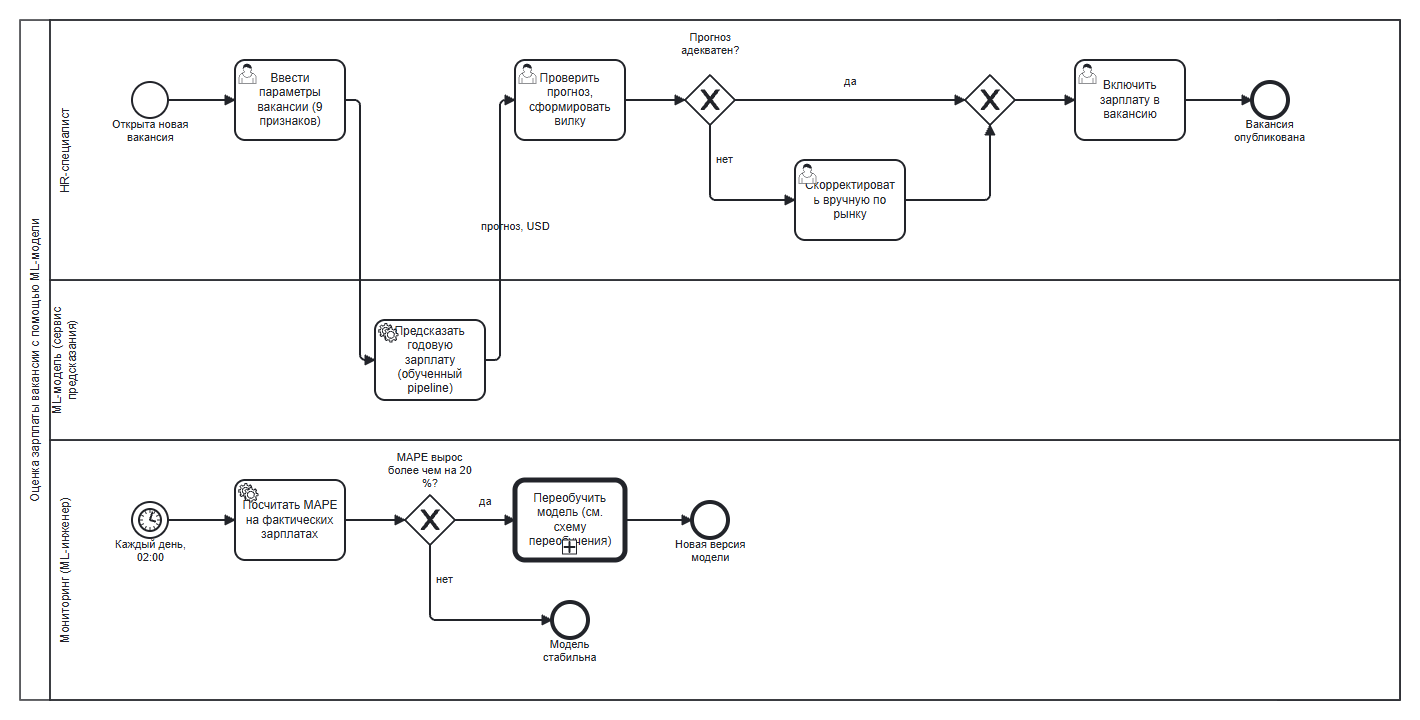
Before: diagrams/Model_BPMN.png, a diagram exported from BPMN (sultanovailsiya-rgb/job_salary_prediction). Its source is kept beside it as diagrams/Model_BPMN.bpmn. Ids are renumbered.
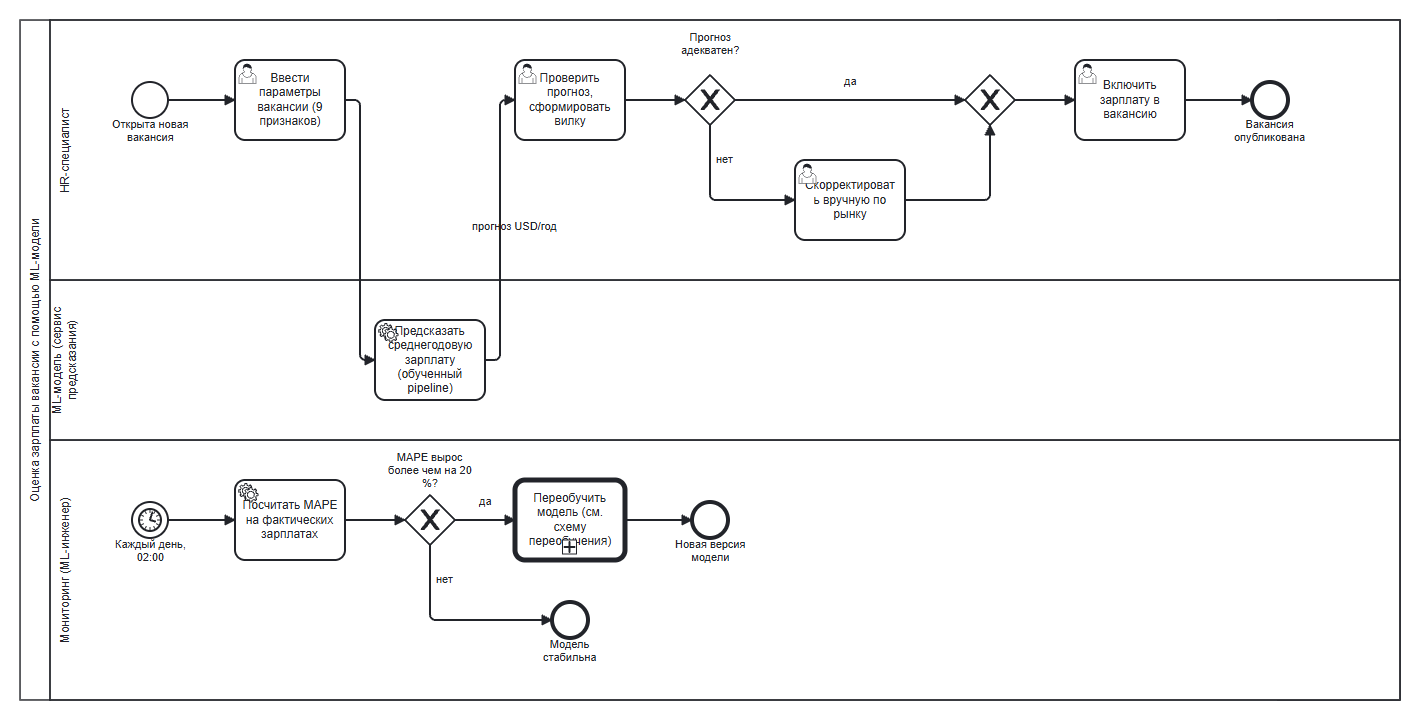
The same file after the commit.

The edit, as a diff of the source:
```diff
@@ -28,7 +28,7 @@
     </bpmn:laneSet>
     <bpmn:startEvent id="s1" name="Открыта новая вакансия" />
     <bpmn:userTask id="t1" name="Ввести параметры вакансии (9 признаков)" />
-    <bpmn:serviceTask id="t2" name="Предсказать годовую зарплату (обученный pipeline)" />
+    <bpmn:serviceTask id="t2" name="Предсказать среднегодовую зарплату (обученный pipeline)" />
     <bpmn:userTask id="t3" name="Проверить прогноз, сформировать вилку" />
     <bpmn:exclusiveGateway id="g1" name="Прогноз адекватен?" />
     <bpmn:userTask id="t4" name="Скорректировать вручную по рынку" />
@@ -43,7 +43,7 @@
     <bpmn:endEvent id="e3" name="Модель стабильна" />
     <bpmn:sequenceFlow id="Flow_0" sourceRef="s1" targetRef="t1" />
     <bpmn:sequenceFlow id="Flow_1" sourceRef="t1" targetRef="t2" />
-    <bpmn:sequenceFlow id="Flow_2" sourceRef="t2" targetRef="t3" name="прогноз, USD" />
+    <bpmn:sequenceFlow id="Flow_2" sourceRef="t2" targetRef="t3" name="прогноз USD/год" />
     <bpmn:sequenceFlow id="Flow_3" sourceRef="t3" targetRef="g1" />
     <bpmn:sequenceFlow id="Flow_4" sourceRef="g1" targetRef="g1m" name="да" />
     <bpmn:sequenceFlow id="Flow_5" sourceRef="g1" targetRef="t4" name="нет" />
```
